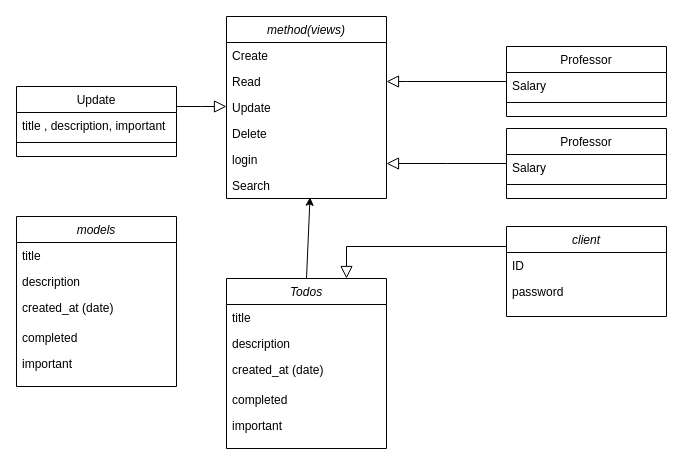
Before: 제목 없는 다이어그램.drawio in wjddn4502/raspberry_236, a draw.io diagram. Source tidied: cells renumbered, new cells numbered last; positions are measured from the earlier drawing's top-left corner, leaving out a move shared by most shapes. Both pictures are drawn from the tidied source at 100%, with x=0, y=0 at pixel (16, 16).
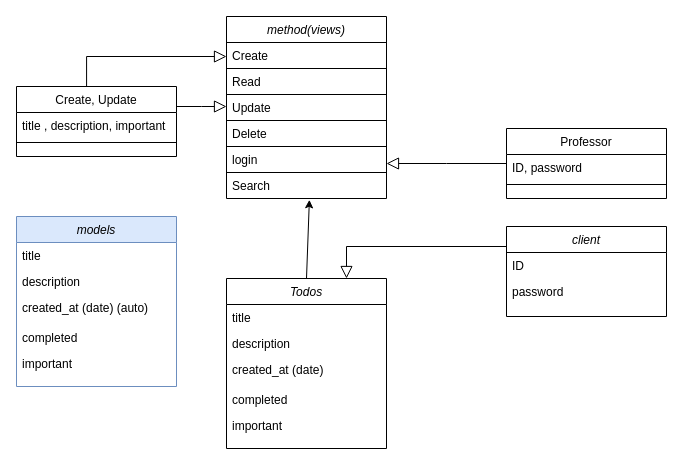
Above is the later version.

Unchanged cells that the change refers to:
```xml
<mxCell id="2" value="method(views)" style="swimlane;fontStyle=2;align=center;verticalAlign=top;horizontal=1;startSize=26;rounded=0;shadow=0;strokeWidth=1;" parent="1" vertex="1">
  <mxGeometry x="210" width="160" height="182" as="geometry" />
</mxCell>
<mxCell id="8" value="Search" style="text;align=left;verticalAlign=top;spacingLeft=4;spacingRight=4;overflow=hidden;points=[[0,0.5],[1,0.5]];portConstraint=eastwest;" parent="2" vertex="1">
  <mxGeometry y="156" width="160" height="26" as="geometry" />
</mxCell>
<mxCell id="9" value="Professor" style="swimlane;fontStyle=0;align=center;verticalAlign=top;horizontal=1;startSize=26;rounded=0;shadow=0;strokeWidth=1;" parent="1" vertex="1">
  <mxGeometry x="490" y="112" width="160" height="70" as="geometry" />
</mxCell>
<mxCell id="32" value="Todos" style="swimlane;fontStyle=2;align=center;verticalAlign=top;horizontal=1;startSize=26;rounded=0;shadow=0;strokeWidth=1;" parent="1" vertex="1">
  <mxGeometry x="210" y="262" width="160" height="170" as="geometry" />
</mxCell>
```

Diff of the diagram source:
```diff
@@
-    <mxCell id="3" value="Create" style="text;align=left;verticalAlign=top;spacingLeft=4;spacingRight=4;overflow=hidden;" parent="2" vertex="1">
+    <mxCell id="3" value="Create" style="text;align=left;verticalAlign=top;spacingLeft=4;spacingRight=4;overflow=hidden;strokeColor=default;" parent="2" vertex="1">
       <mxGeometry y="26" width="160" height="26" as="geometry" />
     </mxCell>
-    <mxCell id="4" value="Read" style="text;align=left;verticalAlign=top;spacingLeft=4;spacingRight=4;overflow=hidden;points=[[0,0.5],[1,0.5]];portConstraint=eastwest;rounded=0;shadow=0;html=0;" parent="2" vertex="1">
+    <mxCell id="4" value="Read" style="text;align=left;verticalAlign=top;spacingLeft=4;spacingRight=4;overflow=hidden;points=[[0,0.5],[1,0.5]];portConstraint=eastwest;rounded=0;shadow=0;html=0;strokeColor=default;" parent="2" vertex="1">
       <mxGeometry y="52" width="160" height="26" as="geometry" />
     </mxCell>
-    <mxCell id="5" value="Update" style="text;align=left;verticalAlign=top;spacingLeft=4;spacingRight=4;overflow=hidden;rounded=0;shadow=0;html=0;" parent="2" vertex="1">
+    <mxCell id="5" value="Update" style="text;align=left;verticalAlign=top;spacingLeft=4;spacingRight=4;overflow=hidden;rounded=0;shadow=0;html=0;strokeColor=default;" parent="2" vertex="1">
       <mxGeometry y="78" width="160" height="26" as="geometry" />
     </mxCell>
-    <mxCell id="6" value="Delete" style="text;align=left;verticalAlign=top;spacingLeft=4;spacingRight=4;overflow=hidden;" parent="2" vertex="1">
+    <mxCell id="6" value="Delete" style="text;align=left;verticalAlign=top;spacingLeft=4;spacingRight=4;overflow=hidden;strokeColor=default;" parent="2" vertex="1">
       <mxGeometry y="104" width="160" height="26" as="geometry" />
     </mxCell>
-    <mxCell id="7" value="login" style="text;align=left;verticalAlign=top;spacingLeft=4;spacingRight=4;overflow=hidden;" parent="2" vertex="1">
+    <mxCell id="7" value="login" style="text;align=left;verticalAlign=top;spacingLeft=4;spacingRight=4;overflow=hidden;strokeColor=default;" parent="2" vertex="1">
       <mxGeometry y="130" width="160" height="26" as="geometry" />
     </mxCell>
@@
-    <mxCell id="10" value="Salary" style="text;align=left;verticalAlign=top;spacingLeft=4;spacingRight=4;overflow=hidden;" parent="9" vertex="1">
+    <mxCell id="10" value="ID, password" style="text;align=left;verticalAlign=top;spacingLeft=4;spacingRight=4;overflow=hidden;" parent="9" vertex="1">
       <mxGeometry y="26" width="160" height="26" as="geometry" />
     </mxCell>
@@
-    <mxCell id="13" value="Professor" style="swimlane;fontStyle=0;align=center;verticalAlign=top;horizontal=1;startSize=26;rounded=0;shadow=0;strokeWidth=1;" parent="1" vertex="1">
-      <mxGeometry x="490" y="30" width="160" height="70" as="geometry" />
-    </mxCell>
-    <mxCell id="14" value="Salary" style="text;align=left;verticalAlign=top;spacingLeft=4;spacingRight=4;overflow=hidden;" parent="13" vertex="1">
-      <mxGeometry y="26" width="160" height="26" as="geometry" />
-    </mxCell>
-    <mxCell id="15" style="line;html=1;strokeWidth=1;align=left;verticalAlign=middle;spacingTop=-1;spacingLeft=3;spacingRight=3;labelPosition=right;" parent="13" vertex="1">
-      <mxGeometry y="52" width="160" height="8" as="geometry" />
-    </mxCell>
-    <mxCell id="16" style="endArrow=block;endSize=10;endFill=0;shadow=0;strokeWidth=1;rounded=0;curved=0;edgeStyle=elbowEdgeStyle;elbow=vertical;entryX=1;entryY=0.5;entryDx=0;entryDy=0;" parent="1" edge="1" source="13" target="4">
-      <mxGeometry relative="1" as="geometry">
-        <Array as="points">
-          <mxPoint x="390" y="65" />
-        </Array>
-      </mxGeometry>
-    </mxCell>
-    <mxCell id="17" value="Update" style="swimlane;fontStyle=0;align=center;verticalAlign=top;horizontal=1;startSize=26;rounded=0;shadow=0;strokeWidth=1;" parent="1" vertex="1">
+    <mxCell id="17" value="Create, Update" style="swimlane;fontStyle=0;align=center;verticalAlign=top;horizontal=1;startSize=26;rounded=0;shadow=0;strokeWidth=1;" parent="1" vertex="1">
       <mxGeometry y="70" width="160" height="70" as="geometry" />
     </mxCell>
@@
-    <mxCell id="21" value="models" style="swimlane;fontStyle=2;align=center;verticalAlign=top;horizontal=1;startSize=26;rounded=0;shadow=0;strokeWidth=1;" parent="1" vertex="1">
+    <mxCell id="21" value="models" style="swimlane;fontStyle=2;align=center;verticalAlign=top;horizontal=1;startSize=26;rounded=0;shadow=0;strokeWidth=1;fillColor=#dae8fc;strokeColor=#6c8ebf;" parent="1" vertex="1">
       <mxGeometry y="200" width="160" height="170" as="geometry" />
     </mxCell>
@@
-    <mxCell id="24" value="created_at (date)" style="text;align=left;verticalAlign=top;spacingLeft=4;spacingRight=4;overflow=hidden;rounded=0;shadow=0;html=0;" parent="21" vertex="1">
+    <mxCell id="24" value="created_at (date) (auto)" style="text;align=left;verticalAlign=top;spacingLeft=4;spacingRight=4;overflow=hidden;rounded=0;shadow=0;html=0;" parent="21" vertex="1">
       <mxGeometry y="78" width="160" height="26" as="geometry" />
     </mxCell>
@@
-    <mxCell id="40" style="endArrow=classic;html=1;rounded=0;exitX=0.5;exitY=0;exitDx=0;exitDy=0;entryX=0.522;entryY=0.956;entryDx=0;entryDy=0;entryPerimeter=0;" parent="1" edge="1" source="32" target="8">
+    <mxCell id="40" style="endArrow=classic;html=1;rounded=0;exitX=0.5;exitY=0;exitDx=0;exitDy=0;entryX=0.518;entryY=1.05;entryDx=0;entryDy=0;entryPerimeter=0;" parent="1" edge="1" source="32" target="8">
       <mxGeometry relative="1" as="geometry" />
     </mxCell>
+    <mxCell id="41" style="endArrow=block;endSize=10;endFill=0;shadow=0;strokeWidth=1;rounded=0;curved=0;edgeStyle=elbowEdgeStyle;elbow=vertical;exitX=0.438;exitY=0;exitDx=0;exitDy=0;exitPerimeter=0;" parent="1" edge="1" source="17">
+      <mxGeometry relative="1" as="geometry">
+        <mxPoint x="210" y="40" as="targetPoint" />
+        <Array as="points">
+          <mxPoint x="130" y="40" />
+        </Array>
+      </mxGeometry>
+    </mxCell>
```
